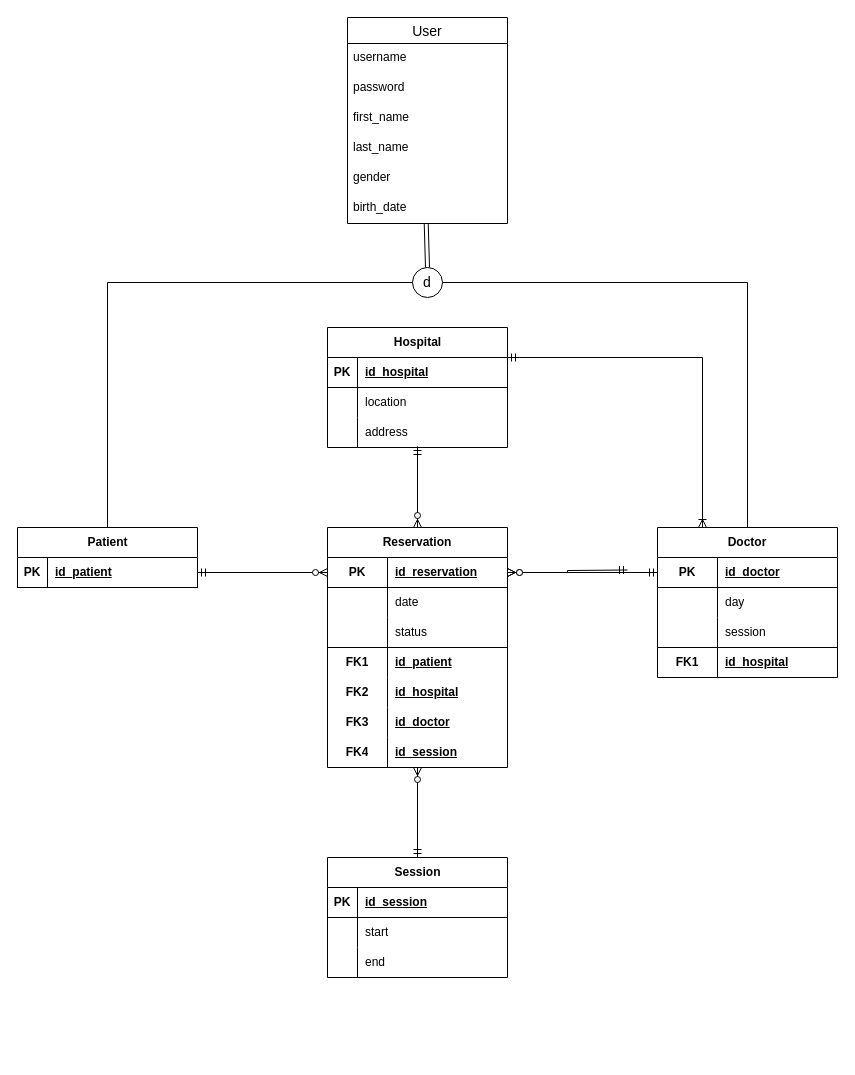
Before: erd-disjoint.drawio in ahmadsubhand/Basdat_P1_Kelompok11_2023, a draw.io diagram. Source tidied: cells renumbered, new cells numbered last; positions are measured from the earlier drawing's top-left corner, leaving out a move shared by most shapes. Both pictures are drawn from the tidied source at 100%, with x=0, y=0 at pixel (17, 17).
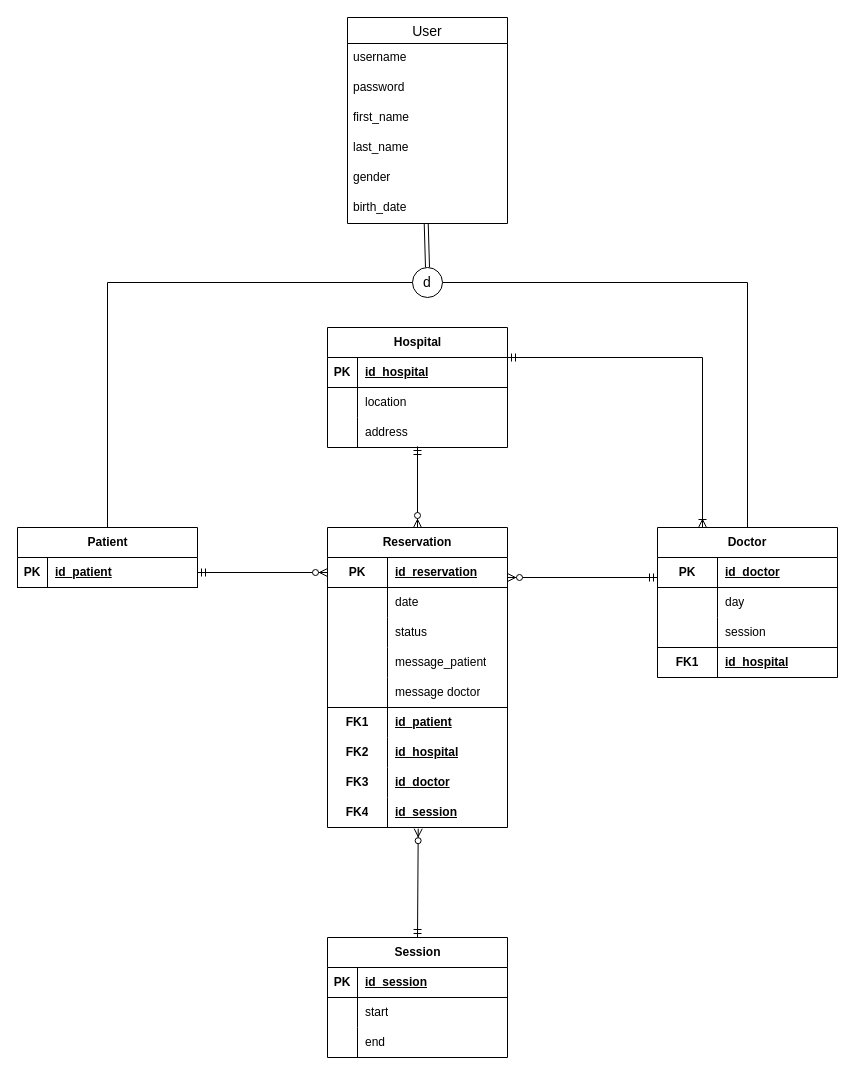
The same diagram, later.

The change refers to these unchanged cells:
```xml
<mxCell id="27" style="shape=tableRow;horizontal=0;startSize=0;swimlaneHead=0;swimlaneBody=0;fillColor=none;points=[[0,0.5],[1,0.5]];portConstraint=eastwest;top=0;left=0;right=0;bottom=1;html=1;" parent="26" vertex="1">
  <mxGeometry y="30" width="180" height="30" as="geometry" />
</mxCell>
<mxCell id="40" style="shape=tableRow;horizontal=0;startSize=0;swimlaneHead=0;swimlaneBody=0;fillColor=none;points=[[0,0.5],[1,0.5]];portConstraint=eastwest;top=0;left=0;right=0;bottom=1;html=1;" parent="39" vertex="1">
  <mxGeometry y="30" width="180" height="30" as="geometry" />
</mxCell>
```

The edit, as a diff of the source:
```diff
@@
     <mxCell id="6" value="Session" style="shape=table;startSize=30;childLayout=tableLayout;rowLines=0;fontStyle=1;align=center;html=1;" parent="1" vertex="1">
-      <mxGeometry x="310" y="840" width="180" height="120" as="geometry" />
+      <mxGeometry x="310" y="920" width="180" height="120" as="geometry" />
     </mxCell>
@@
     <mxCell id="39" value="Reservation" style="shape=table;startSize=30;childLayout=tableLayout;rowLines=0;fontStyle=1;align=center;html=1;whiteSpace=wrap;" parent="1" vertex="1">
-      <mxGeometry x="310" y="510" width="180" height="240" as="geometry" />
+      <mxGeometry x="310" y="510" width="180" height="300" as="geometry" />
     </mxCell>
@@
+    <mxCell id="80" style="shape=tableRow;horizontal=0;startSize=0;swimlaneHead=0;swimlaneBody=0;fillColor=none;top=0;left=0;right=0;bottom=0;html=1;fontStyle=5;" parent="39" vertex="1">
+      <mxGeometry y="120" width="180" height="30" as="geometry" />
+    </mxCell>
+    <mxCell id="81" style="shape=partialRectangle;fillColor=none;top=0;left=0;bottom=0;right=0;overflow=hidden;html=1;whiteSpace=wrap;fontStyle=1;" parent="80" vertex="1">
+      <mxGeometry width="60" height="30" as="geometry" />
+    </mxCell>
+    <mxCell id="82" value="message_patient" style="shape=partialRectangle;fillColor=none;top=0;left=0;bottom=0;right=0;align=left;spacingLeft=6;overflow=hidden;html=1;whiteSpace=wrap;fontStyle=0;" parent="80" vertex="1">
+      <mxGeometry x="60" width="120" height="30" as="geometry" />
+    </mxCell>
+    <mxCell id="83" style="shape=tableRow;horizontal=0;startSize=0;swimlaneHead=0;swimlaneBody=0;fillColor=none;top=0;left=0;right=0;bottom=0;html=1;fontStyle=5;" parent="39" vertex="1">
+      <mxGeometry y="150" width="180" height="30" as="geometry" />
+    </mxCell>
+    <mxCell id="84" style="shape=partialRectangle;fillColor=none;top=0;left=0;bottom=0;right=0;overflow=hidden;html=1;whiteSpace=wrap;fontStyle=1;" parent="83" vertex="1">
+      <mxGeometry width="60" height="30" as="geometry" />
+    </mxCell>
+    <mxCell id="85" value="message doctor" style="shape=partialRectangle;fillColor=none;top=0;left=0;bottom=0;right=0;align=left;spacingLeft=6;overflow=hidden;html=1;whiteSpace=wrap;fontStyle=0;" parent="83" vertex="1">
+      <mxGeometry x="60" width="120" height="30" as="geometry" />
+    </mxCell>
     <mxCell id="49" style="shape=tableRow;horizontal=0;startSize=0;swimlaneHead=0;swimlaneBody=0;fillColor=none;top=0;left=0;right=0;bottom=0;html=1;fontStyle=5;" parent="39" vertex="1">
-      <mxGeometry y="120" width="180" height="30" as="geometry" />
+      <mxGeometry y="180" width="180" height="30" as="geometry" />
     </mxCell>
@@
     <mxCell id="52" style="shape=tableRow;horizontal=0;startSize=0;swimlaneHead=0;swimlaneBody=0;fillColor=none;top=0;left=0;right=0;bottom=0;html=1;" parent="39" vertex="1">
-      <mxGeometry y="150" width="180" height="30" as="geometry" />
+      <mxGeometry y="210" width="180" height="30" as="geometry" />
     </mxCell>
@@
     <mxCell id="55" style="shape=tableRow;horizontal=0;startSize=0;swimlaneHead=0;swimlaneBody=0;fillColor=none;top=0;left=0;right=0;bottom=0;html=1;" parent="39" vertex="1">
-      <mxGeometry y="180" width="180" height="30" as="geometry" />
+      <mxGeometry y="240" width="180" height="30" as="geometry" />
     </mxCell>
@@
     <mxCell id="58" style="shape=tableRow;horizontal=0;startSize=0;swimlaneHead=0;swimlaneBody=0;fillColor=none;points=[[0,0.5],[1,0.5]];portConstraint=eastwest;top=0;left=0;right=0;bottom=0;html=1;" parent="39" vertex="1">
-      <mxGeometry y="210" width="180" height="30" as="geometry" />
+      <mxGeometry y="270" width="180" height="30" as="geometry" />
     </mxCell>
@@
-    <mxCell id="62" style="fontSize=12;html=1;endArrow=ERzeroToMany;startArrow=ERmandOne;rounded=0;exitX=0.5;exitY=0;exitDx=0;exitDy=0;" parent="1" edge="1" source="6">
-      <mxGeometry relative="1" as="geometry">
-        <mxPoint x="400" y="750" as="targetPoint" />
-      </mxGeometry>
+    <mxCell id="62" style="fontSize=12;html=1;endArrow=ERzeroToMany;startArrow=ERmandOne;rounded=0;exitX=0.5;exitY=0;exitDx=0;exitDy=0;entryX=0.504;entryY=1.04;entryDx=0;entryDy=0;entryPerimeter=0;" parent="1" edge="1" source="6" target="58">
+      <mxGeometry relative="1" as="geometry" />
     </mxCell>
-    <mxCell id="63" style="edgeStyle=orthogonalEdgeStyle;fontSize=12;html=1;endArrow=ERzeroToMany;startArrow=ERmandOne;rounded=0;entryX=1;entryY=0.5;entryDx=0;entryDy=0;exitX=0;exitY=0.5;exitDx=0;exitDy=0;" parent="1" edge="1" target="40">
-      <mxGeometry relative="1" as="geometry">
-        <mxPoint x="610" y="552.5" as="sourcePoint" />
-      </mxGeometry>
-    </mxCell>
@@
-    <mxCell id="79" style="edgeStyle=orthogonalEdgeStyle;fontSize=12;html=1;endArrow=ERzeroToMany;startArrow=ERmandOne;rounded=0;entryX=1;entryY=0.5;entryDx=0;entryDy=0;exitX=0;exitY=0.5;exitDx=0;exitDy=0;" parent="1" edge="1" source="27" target="40">
-      <mxGeometry relative="1" as="geometry" />
+    <mxCell id="79" style="edgeStyle=orthogonalEdgeStyle;fontSize=12;html=1;endArrow=ERzeroToMany;startArrow=ERmandOne;rounded=0;entryX=1;entryY=0.5;entryDx=0;entryDy=0;exitX=0;exitY=0.5;exitDx=0;exitDy=0;" parent="1" edge="1">
+      <mxGeometry relative="1" as="geometry">
+        <mxPoint x="640" y="560" as="sourcePoint" />
+        <mxPoint x="490" y="560" as="targetPoint" />
+      </mxGeometry>
     </mxCell>
```
